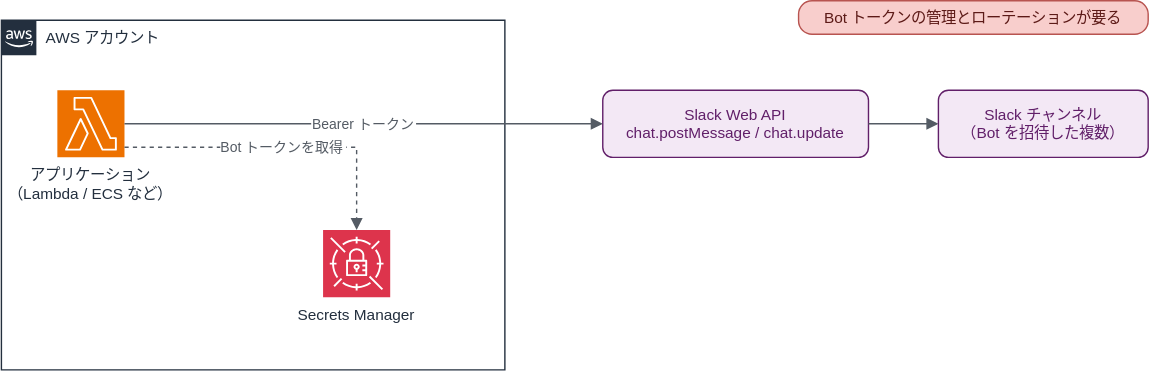
The draw.io diagram aws/images/slack-notification-c.drawio.svg in a2-ito/cloud-architecture-tradeoffs, before a commit. Source tidied: cells renumbered, new cells last; positions are measured from the earlier drawing's top-left corner, leaving out a move shared by most shapes. The source it was exported from:
```xml
<mxGraphModel background="#ffffff">
  <root>
    <mxCell id="0" />
    <mxCell id="1" parent="0" />
    <mxCell id="2" value="AWS アカウント" style="gradientColor=none;fontSize=11;fontStyle=0;shape=mxgraph.aws4.group;grIcon=mxgraph.aws4.group_aws_cloud_alt;strokeColor=#232F3E;fillColor=none;verticalAlign=top;align=left;spacingLeft=30;fontColor=#232F3E;dashed=0;" parent="1" vertex="1">
      <mxGeometry y="14" width="360" height="250" as="geometry" />
    </mxCell>
    <mxCell id="3" value="Bot トークンの管理とローテーションが要る" style="rounded=1;fontSize=11;arcSize=40;fillColor=#f8cecc;strokeColor=#b85450;fontColor=#5c1a17;" parent="1" vertex="1">
      <mxGeometry x="570" width="250" height="24" as="geometry" />
    </mxCell>
    <mxCell id="4" value="アプリケーション&#10;（Lambda / ECS など）" style="sketch=0;points=[];outlineConnect=0;fontColor=#232F3E;fillColor=#ED7100;strokeColor=#ffffff;dashed=0;verticalLabelPosition=bottom;verticalAlign=top;align=center;fontSize=11;shape=mxgraph.aws4.resourceIcon;resIcon=mxgraph.aws4.lambda;" parent="1" vertex="1">
      <mxGeometry x="40" y="64" width="48" height="48" as="geometry" />
    </mxCell>
    <mxCell id="5" value="Secrets Manager" style="sketch=0;points=[];outlineConnect=0;fontColor=#232F3E;fillColor=#DD344C;strokeColor=#ffffff;dashed=0;verticalLabelPosition=bottom;verticalAlign=top;align=center;fontSize=11;shape=mxgraph.aws4.resourceIcon;resIcon=mxgraph.aws4.secrets_manager;" parent="1" vertex="1">
      <mxGeometry x="230" y="164" width="48" height="48" as="geometry" />
    </mxCell>
    <mxCell id="6" value="Slack Web API&#10;chat.postMessage / chat.update" style="rounded=1;fillColor=#f3e8f5;strokeColor=#611f69;fontColor=#611f69;fontSize=11;" parent="1" vertex="1">
      <mxGeometry x="430" y="64" width="190" height="48" as="geometry" />
    </mxCell>
    <mxCell id="7" value="Slack チャンネル&#10;（Bot を招待した複数）" style="rounded=1;fillColor=#f3e8f5;strokeColor=#611f69;fontColor=#611f69;fontSize=11;" parent="1" vertex="1">
      <mxGeometry x="670" y="64" width="150" height="48" as="geometry" />
    </mxCell>
    <mxCell id="8" value="Bot トークンを取得" style="edgeStyle=orthogonalEdgeStyle;rounded=0;endArrow=block;endFill=1;strokeColor=#545B64;fontSize=10;fontColor=#545B64;labelBackgroundColor=#ffffff;dashed=1;exitX=1;exitY=0.85;exitDx=0;exitDy=0;entryX=0.5;entryY=0;entryDx=0;entryDy=0;" parent="1" edge="1" source="4" target="5">
      <mxGeometry relative="1" as="geometry" />
    </mxCell>
    <mxCell id="9" value="Bearer トークン" style="edgeStyle=orthogonalEdgeStyle;rounded=0;endArrow=block;endFill=1;strokeColor=#545B64;fontSize=10;fontColor=#545B64;labelBackgroundColor=#ffffff;" parent="1" edge="1" source="4" target="6">
      <mxGeometry relative="1" as="geometry" />
    </mxCell>
    <mxCell id="10" style="edgeStyle=orthogonalEdgeStyle;rounded=0;endArrow=block;endFill=1;strokeColor=#545B64;fontSize=10;fontColor=#545B64;labelBackgroundColor=#ffffff;" parent="1" edge="1" source="6" target="7">
      <mxGeometry relative="1" as="geometry" />
    </mxCell>
  </root>
</mxGraphModel>
```
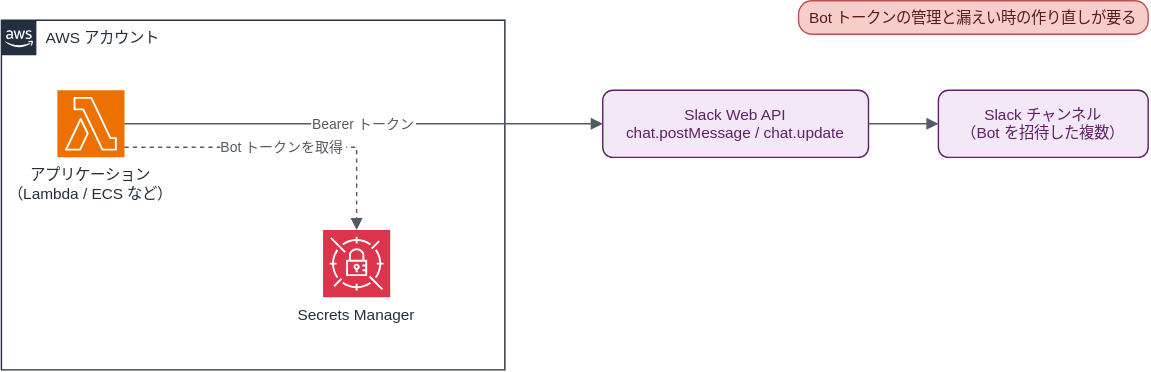
Later version of the same file.

Commit message:
docs: Slack 通知の比較にレビューの指摘を反映

B と C でも SNS + VPC 外の Lambda や API destinations を挟めば NAT が不要なこと、
A のカスタムアクションと IAM が投稿権限そのものになること、
CloudWatch Logs への出力がオプトインであることなどを追記し、
Webhook のスレッドの扱いと図 C のバッジの表現を正した。

Diff of the diagram source:
```diff
@@ -5,7 +5,7 @@
     <mxCell id="2" value="AWS アカウント" style="gradientColor=none;fontSize=11;fontStyle=0;shape=mxgraph.aws4.group;grIcon=mxgraph.aws4.group_aws_cloud_alt;strokeColor=#232F3E;fillColor=none;verticalAlign=top;align=left;spacingLeft=30;fontColor=#232F3E;dashed=0;" parent="1" vertex="1">
       <mxGeometry y="14" width="360" height="250" as="geometry" />
     </mxCell>
-    <mxCell id="3" value="Bot トークンの管理とローテーションが要る" style="rounded=1;fontSize=11;arcSize=40;fillColor=#f8cecc;strokeColor=#b85450;fontColor=#5c1a17;" parent="1" vertex="1">
+    <mxCell id="3" value="Bot トークンの管理と漏えい時の作り直しが要る" style="rounded=1;fontSize=11;arcSize=40;fillColor=#f8cecc;strokeColor=#b85450;fontColor=#5c1a17;" parent="1" vertex="1">
       <mxGeometry x="570" width="250" height="24" as="geometry" />
     </mxCell>
     <mxCell id="4" value="アプリケーション&#10;（Lambda / ECS など）" style="sketch=0;points=[];outlineConnect=0;fontColor=#232F3E;fillColor=#ED7100;strokeColor=#ffffff;dashed=0;verticalLabelPosition=bottom;verticalAlign=top;align=center;fontSize=11;shape=mxgraph.aws4.resourceIcon;resIcon=mxgraph.aws4.lambda;" parent="1" vertex="1">
```
